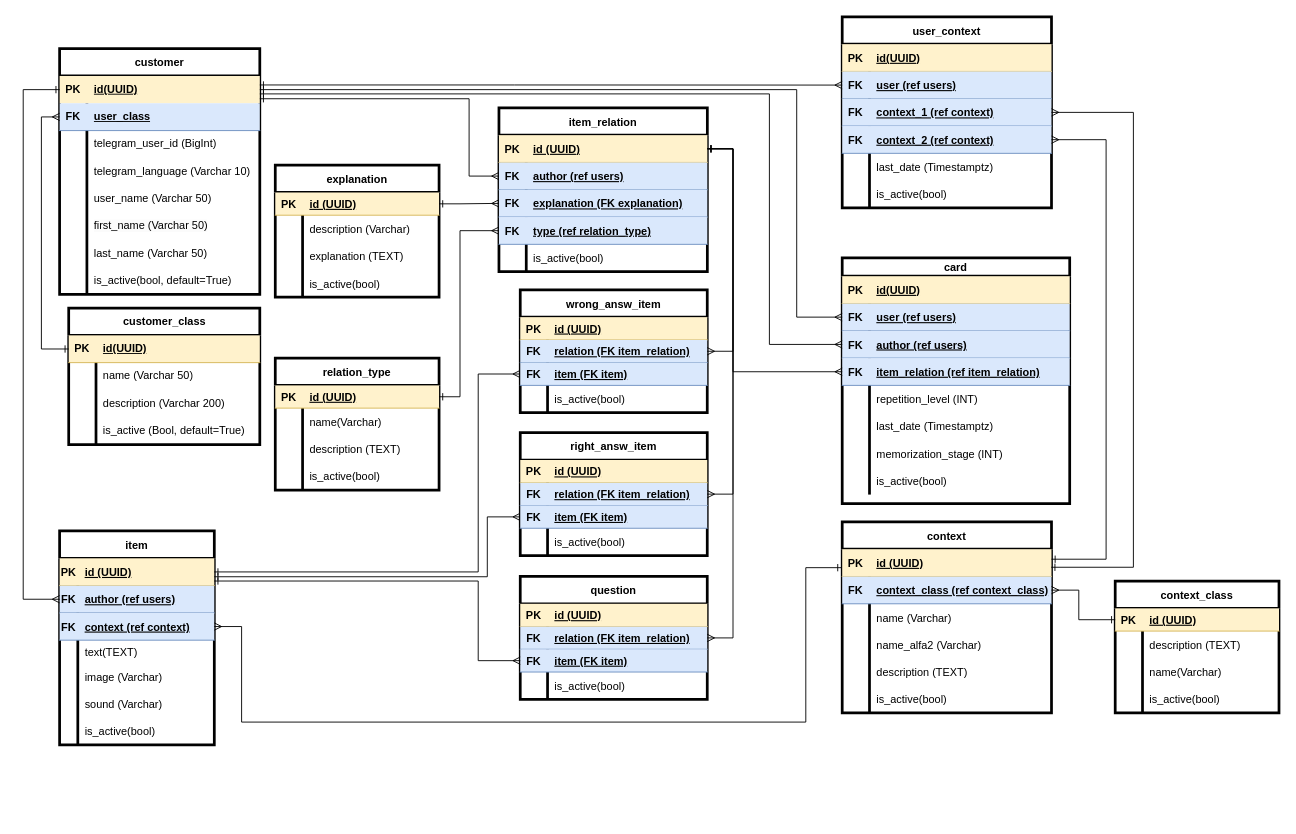
essayNEXT/REPETITOR keeps this draw.io diagram as doc/db_structure.drawio. Above is the earlier version. Source tidied: cells renumbered, new cells numbered last; positions are measured from the earlier drawing's top-left corner, leaving out a move shared by most shapes. Both pictures are drawn from the tidied source at 91%, with x=0, y=0 at pixel (23, 16).
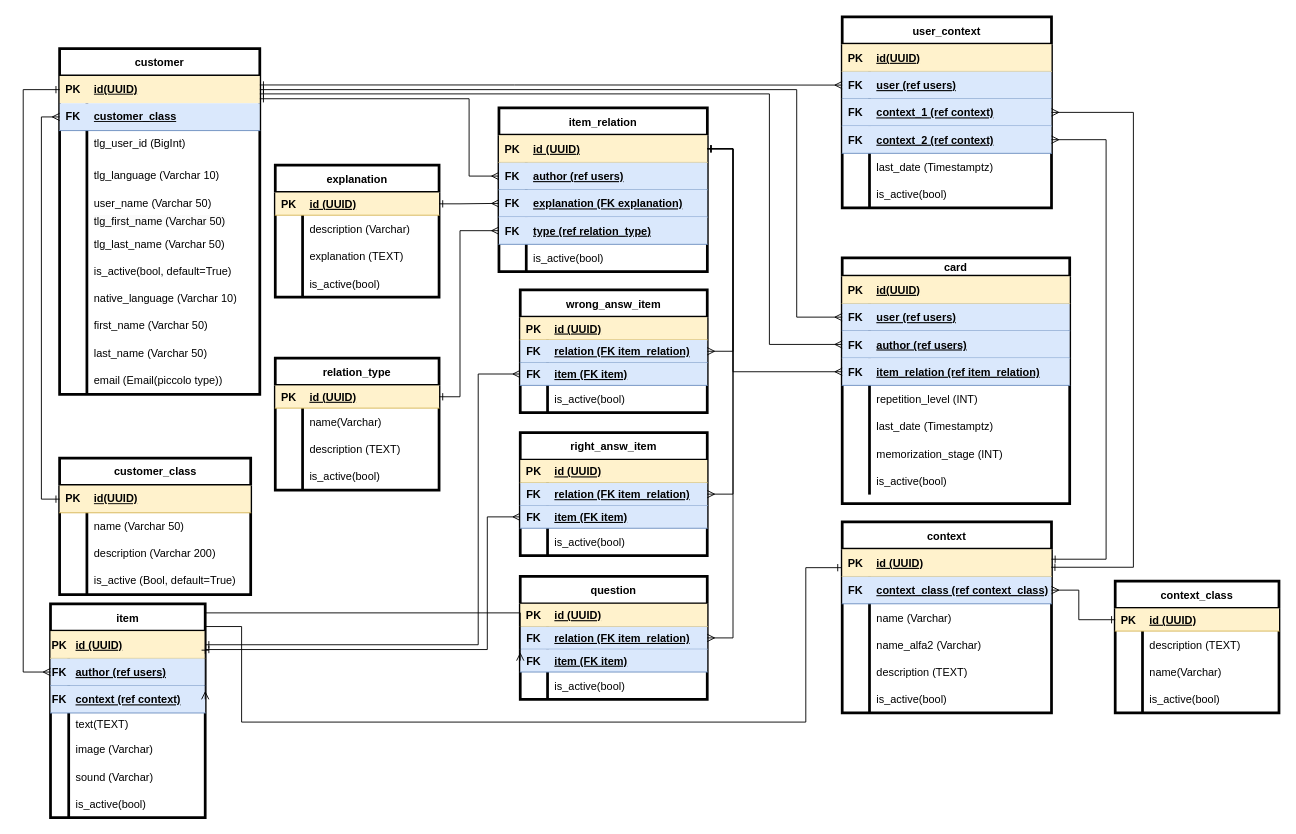
The same diagram, later.

The change refers to these unchanged cells:
```xml
<mxCell id="6" style="shape=tableRow;horizontal=0;startSize=0;swimlaneHead=0;swimlaneBody=0;fillColor=#dae8fc;points=[[0,0.5],[1,0.5]];portConstraint=eastwest;top=0;left=0;right=0;bottom=1;html=1;strokeColor=#6c8ebf;" parent="2" vertex="1">
  <mxGeometry y="60" width="220" height="30" as="geometry" />
</mxCell>
<mxCell id="9" style="shape=tableRow;horizontal=0;startSize=0;swimlaneHead=0;swimlaneBody=0;fillColor=none;top=0;left=0;right=0;bottom=0;html=1;" parent="2" vertex="1">
  <mxGeometry y="90" width="220" height="30" as="geometry" />
</mxCell>
<mxCell id="45" style="shape=tableRow;horizontal=0;startSize=0;swimlaneHead=0;swimlaneBody=0;fillColor=#dae8fc;points=[[0,0.5],[1,0.5]];portConstraint=eastwest;top=0;left=0;right=0;bottom=1;strokeColor=#6c8ebf;" parent="41" vertex="1">
  <mxGeometry y="60" width="170" height="30" as="geometry" />
</mxCell>
<mxCell id="230" style="shape=tableRow;horizontal=0;startSize=0;swimlaneHead=0;swimlaneBody=0;fillColor=#dae8fc;points=[[0,0.5],[1,0.5]];portConstraint=eastwest;top=0;left=0;right=0;bottom=1;strokeColor=#6c8ebf;" parent="223" vertex="1">
  <mxGeometry y="80" width="205.5" height="25" as="geometry" />
</mxCell>
```

What changed in the source:
```diff
@@
     <mxCell id="2" value="customer" style="shape=table;startSize=30;childLayout=tableLayout;rowLines=0;fontStyle=1;align=center;html=1;whiteSpace=wrap;strokeWidth=3;" parent="1" vertex="1">
-      <mxGeometry x="40" y="35" width="220" height="270" as="geometry" />
+      <mxGeometry x="40" y="35" width="220" height="380" as="geometry" />
     </mxCell>
@@
-    <mxCell id="8" value="user_class" style="shape=partialRectangle;fillColor=none;top=0;left=0;bottom=0;right=0;align=left;spacingLeft=6;fontStyle=5;overflow=hidden;html=1;whiteSpace=wrap;" parent="6" vertex="1">
+    <mxCell id="8" value="customer_class" style="shape=partialRectangle;fillColor=none;top=0;left=0;bottom=0;right=0;align=left;spacingLeft=6;fontStyle=5;overflow=hidden;html=1;whiteSpace=wrap;" parent="6" vertex="1">
       <mxGeometry x="30" width="190" height="30" as="geometry" />
     </mxCell>
@@
-    <mxCell id="11" value="telegram_user_id (BigInt)" style="shape=partialRectangle;fillColor=none;top=0;left=0;bottom=0;right=0;align=left;spacingLeft=6;overflow=hidden;html=1;whiteSpace=wrap;" parent="9" vertex="1">
+    <mxCell id="11" value="tlg_user_id (BigInt)" style="shape=partialRectangle;fillColor=none;top=0;left=0;bottom=0;right=0;align=left;spacingLeft=6;overflow=hidden;html=1;whiteSpace=wrap;" parent="9" vertex="1">
       <mxGeometry x="30" width="190" height="30" as="geometry" />
     </mxCell>
     <mxCell id="12" style="shape=tableRow;horizontal=0;startSize=0;swimlaneHead=0;swimlaneBody=0;fillColor=none;top=0;left=0;right=0;bottom=0;html=1;" parent="2" vertex="1">
-      <mxGeometry y="120" width="220" height="30" as="geometry" />
+      <mxGeometry y="120" width="220" height="40" as="geometry" />
     </mxCell>
     <mxCell id="13" style="shape=partialRectangle;fillColor=none;top=0;left=0;bottom=0;right=0;overflow=hidden;html=1;whiteSpace=wrap;" parent="12" vertex="1">
-      <mxGeometry width="30" height="30" as="geometry" />
+      <mxGeometry width="30" height="40" as="geometry" />
     </mxCell>
-    <mxCell id="14" value="telegram_language (Varchar 10)" style="shape=partialRectangle;fillColor=none;top=0;left=0;bottom=0;right=0;align=left;spacingLeft=6;overflow=hidden;html=1;whiteSpace=wrap;" parent="12" vertex="1">
-      <mxGeometry x="30" width="190" height="30" as="geometry" />
+    <mxCell id="14" value="tlg_language (Varchar 10)" style="shape=partialRectangle;fillColor=none;top=0;left=0;bottom=0;right=0;align=left;spacingLeft=6;overflow=hidden;html=1;whiteSpace=wrap;" parent="12" vertex="1">
+      <mxGeometry x="30" width="190" height="40" as="geometry" />
     </mxCell>
     <mxCell id="15" style="shape=tableRow;horizontal=0;startSize=0;swimlaneHead=0;swimlaneBody=0;fillColor=none;top=0;left=0;right=0;bottom=0;html=1;" parent="2" vertex="1">
-      <mxGeometry y="150" width="220" height="30" as="geometry" />
+      <mxGeometry y="160" width="220" height="20" as="geometry" />
     </mxCell>
     <mxCell id="16" style="shape=partialRectangle;fillColor=none;top=0;left=0;bottom=0;right=0;overflow=hidden;html=1;whiteSpace=wrap;" parent="15" vertex="1">
-      <mxGeometry width="30" height="30" as="geometry" />
+      <mxGeometry width="30" height="20" as="geometry" />
     </mxCell>
     <mxCell id="17" value="user_name (Varchar 50)" style="shape=partialRectangle;fillColor=none;top=0;left=0;bottom=0;right=0;align=left;spacingLeft=6;overflow=hidden;html=1;whiteSpace=wrap;" parent="15" vertex="1">
-      <mxGeometry x="30" width="190" height="30" as="geometry" />
+      <mxGeometry x="30" width="190" height="20" as="geometry" />
     </mxCell>
     <mxCell id="18" style="shape=tableRow;horizontal=0;startSize=0;swimlaneHead=0;swimlaneBody=0;fillColor=none;top=0;left=0;right=0;bottom=0;html=1;" parent="2" vertex="1">
-      <mxGeometry y="180" width="220" height="30" as="geometry" />
+      <mxGeometry y="180" width="220" height="20" as="geometry" />
     </mxCell>
     <mxCell id="19" style="shape=partialRectangle;fillColor=none;top=0;left=0;bottom=0;right=0;overflow=hidden;html=1;whiteSpace=wrap;" parent="18" vertex="1">
-      <mxGeometry width="30" height="30" as="geometry" />
+      <mxGeometry width="30" height="20" as="geometry" />
     </mxCell>
-    <mxCell id="20" value="&lt;span style=&quot;color: rgb(0, 0, 0); font-family: Helvetica; font-size: 12px; font-style: normal; font-variant-ligatures: normal; font-variant-caps: normal; font-weight: 400; letter-spacing: normal; orphans: 2; text-align: left; text-indent: 0px; text-transform: none; widows: 2; word-spacing: 0px; -webkit-text-stroke-width: 0px; background-color: rgb(251, 251, 251); text-decoration-thickness: initial; text-decoration-style: initial; text-decoration-color: initial; float: none; display: inline !important;&quot;&gt;first_name (Varchar 50)&lt;/span&gt;" style="shape=partialRectangle;fillColor=none;top=0;left=0;bottom=0;right=0;align=left;spacingLeft=6;overflow=hidden;html=1;whiteSpace=wrap;" parent="18" vertex="1">
-      <mxGeometry x="30" width="190" height="30" as="geometry" />
+    <mxCell id="20" value="&lt;span style=&quot;color: rgb(0, 0, 0); font-family: Helvetica; font-size: 12px; font-style: normal; font-variant-ligatures: normal; font-variant-caps: normal; font-weight: 400; letter-spacing: normal; orphans: 2; text-align: left; text-indent: 0px; text-transform: none; widows: 2; word-spacing: 0px; -webkit-text-stroke-width: 0px; background-color: rgb(251, 251, 251); text-decoration-thickness: initial; text-decoration-style: initial; text-decoration-color: initial; float: none; display: inline !important;&quot;&gt;tlg_first_name (Varchar 50)&lt;/span&gt;" style="shape=partialRectangle;fillColor=none;top=0;left=0;bottom=0;right=0;align=left;spacingLeft=6;overflow=hidden;html=1;whiteSpace=wrap;" parent="18" vertex="1">
+      <mxGeometry x="30" width="190" height="20" as="geometry" />
     </mxCell>
     <mxCell id="21" style="shape=tableRow;horizontal=0;startSize=0;swimlaneHead=0;swimlaneBody=0;fillColor=none;top=0;left=0;right=0;bottom=0;html=1;" parent="2" vertex="1">
-      <mxGeometry y="210" width="220" height="30" as="geometry" />
+      <mxGeometry y="200" width="220" height="30" as="geometry" />
     </mxCell>
@@
-    <mxCell id="23" value="last_name (Varchar 50)" style="shape=partialRectangle;fillColor=none;top=0;left=0;bottom=0;right=0;align=left;spacingLeft=6;overflow=hidden;html=1;whiteSpace=wrap;" parent="21" vertex="1">
+    <mxCell id="23" value="tlg_last_name (Varchar 50)" style="shape=partialRectangle;fillColor=none;top=0;left=0;bottom=0;right=0;align=left;spacingLeft=6;overflow=hidden;html=1;whiteSpace=wrap;" parent="21" vertex="1">
       <mxGeometry x="30" width="190" height="30" as="geometry" />
     </mxCell>
     <mxCell id="24" style="shape=tableRow;horizontal=0;startSize=0;swimlaneHead=0;swimlaneBody=0;fillColor=none;top=0;left=0;right=0;bottom=0;html=1;" parent="2" vertex="1">
-      <mxGeometry y="240" width="220" height="30" as="geometry" />
+      <mxGeometry y="230" width="220" height="30" as="geometry" />
     </mxCell>
@@
+    <mxCell id="238" style="shape=tableRow;horizontal=0;startSize=0;swimlaneHead=0;swimlaneBody=0;fillColor=none;top=0;left=0;right=0;bottom=0;html=1;" parent="2" vertex="1">
+      <mxGeometry y="260" width="220" height="30" as="geometry" />
+    </mxCell>
+    <mxCell id="239" style="shape=partialRectangle;fillColor=none;top=0;left=0;bottom=0;right=0;overflow=hidden;html=1;whiteSpace=wrap;" parent="238" vertex="1">
+      <mxGeometry width="30" height="30" as="geometry" />
+    </mxCell>
+    <mxCell id="240" value="native_language (Varchar 10)" style="shape=partialRectangle;fillColor=none;top=0;left=0;bottom=0;right=0;align=left;spacingLeft=6;overflow=hidden;html=1;whiteSpace=wrap;" parent="238" vertex="1">
+      <mxGeometry x="30" width="190" height="30" as="geometry" />
+    </mxCell>
+    <mxCell id="241" style="shape=tableRow;horizontal=0;startSize=0;swimlaneHead=0;swimlaneBody=0;fillColor=none;top=0;left=0;right=0;bottom=0;html=1;" parent="2" vertex="1">
+      <mxGeometry y="290" width="220" height="30" as="geometry" />
+    </mxCell>
+    <mxCell id="242" style="shape=partialRectangle;fillColor=none;top=0;left=0;bottom=0;right=0;overflow=hidden;html=1;whiteSpace=wrap;" parent="241" vertex="1">
+      <mxGeometry width="30" height="30" as="geometry" />
+    </mxCell>
+    <mxCell id="243" value="first_name (Varchar 50)" style="shape=partialRectangle;fillColor=none;top=0;left=0;bottom=0;right=0;align=left;spacingLeft=6;overflow=hidden;html=1;whiteSpace=wrap;" parent="241" vertex="1">
+      <mxGeometry x="30" width="190" height="30" as="geometry" />
+    </mxCell>
+    <mxCell id="244" style="shape=tableRow;horizontal=0;startSize=0;swimlaneHead=0;swimlaneBody=0;fillColor=none;top=0;left=0;right=0;bottom=0;html=1;" parent="2" vertex="1">
+      <mxGeometry y="320" width="220" height="30" as="geometry" />
+    </mxCell>
+    <mxCell id="245" style="shape=partialRectangle;fillColor=none;top=0;left=0;bottom=0;right=0;overflow=hidden;html=1;whiteSpace=wrap;" parent="244" vertex="1">
+      <mxGeometry width="30" height="30" as="geometry" />
+    </mxCell>
+    <mxCell id="246" value="last_name (Varchar 50)" style="shape=partialRectangle;fillColor=none;top=0;left=0;bottom=0;right=0;align=left;spacingLeft=6;overflow=hidden;html=1;whiteSpace=wrap;" parent="244" vertex="1">
+      <mxGeometry x="30" width="190" height="30" as="geometry" />
+    </mxCell>
+    <mxCell id="247" style="shape=tableRow;horizontal=0;startSize=0;swimlaneHead=0;swimlaneBody=0;fillColor=none;top=0;left=0;right=0;bottom=0;html=1;" parent="2" vertex="1">
+      <mxGeometry y="350" width="220" height="30" as="geometry" />
+    </mxCell>
+    <mxCell id="248" style="shape=partialRectangle;fillColor=none;top=0;left=0;bottom=0;right=0;overflow=hidden;html=1;whiteSpace=wrap;" parent="247" vertex="1">
+      <mxGeometry width="30" height="30" as="geometry" />
+    </mxCell>
+    <mxCell id="249" value="email (Email(piccolo type))" style="shape=partialRectangle;fillColor=none;top=0;left=0;bottom=0;right=0;align=left;spacingLeft=6;overflow=hidden;html=1;whiteSpace=wrap;" parent="247" vertex="1">
+      <mxGeometry x="30" width="190" height="30" as="geometry" />
+    </mxCell>
     <mxCell id="27" value="customer_class" style="shape=table;startSize=30;childLayout=tableLayout;rowLines=0;fontStyle=1;align=center;html=1;strokeWidth=3;" parent="1" vertex="1">
-      <mxGeometry x="50" y="320" width="210" height="150" as="geometry" />
+      <mxGeometry x="40" y="485" width="210" height="150" as="geometry" />
     </mxCell>
@@
     <mxCell id="41" value="item" style="shape=table;startSize=30;childLayout=tableLayout;rowLines=0;fontStyle=1;align=center;strokeWidth=3;" parent="1" vertex="1">
-      <mxGeometry x="40" y="565" width="170" height="235" as="geometry" />
+      <mxGeometry x="30" y="645" width="170" height="235" as="geometry" />
     </mxCell>
@@
     <mxCell id="236" style="edgeStyle=elbowEdgeStyle;fontSize=12;html=1;endArrow=ERmany;rounded=0;exitX=1;exitY=-0.167;exitDx=0;exitDy=0;startArrow=ERone;startFill=0;exitPerimeter=0;entryX=0;entryY=0.5;entryDx=0;entryDy=0;" parent="1" edge="1" source="45" target="230">
       <mxGeometry relative="1" as="geometry">
         <Array as="points">
+          <mxPoint x="340" y="655" />
+          <mxPoint x="340" y="645" />
           <mxPoint x="500" y="635" />
         </Array>
       </mxGeometry>
     </mxCell>
```
